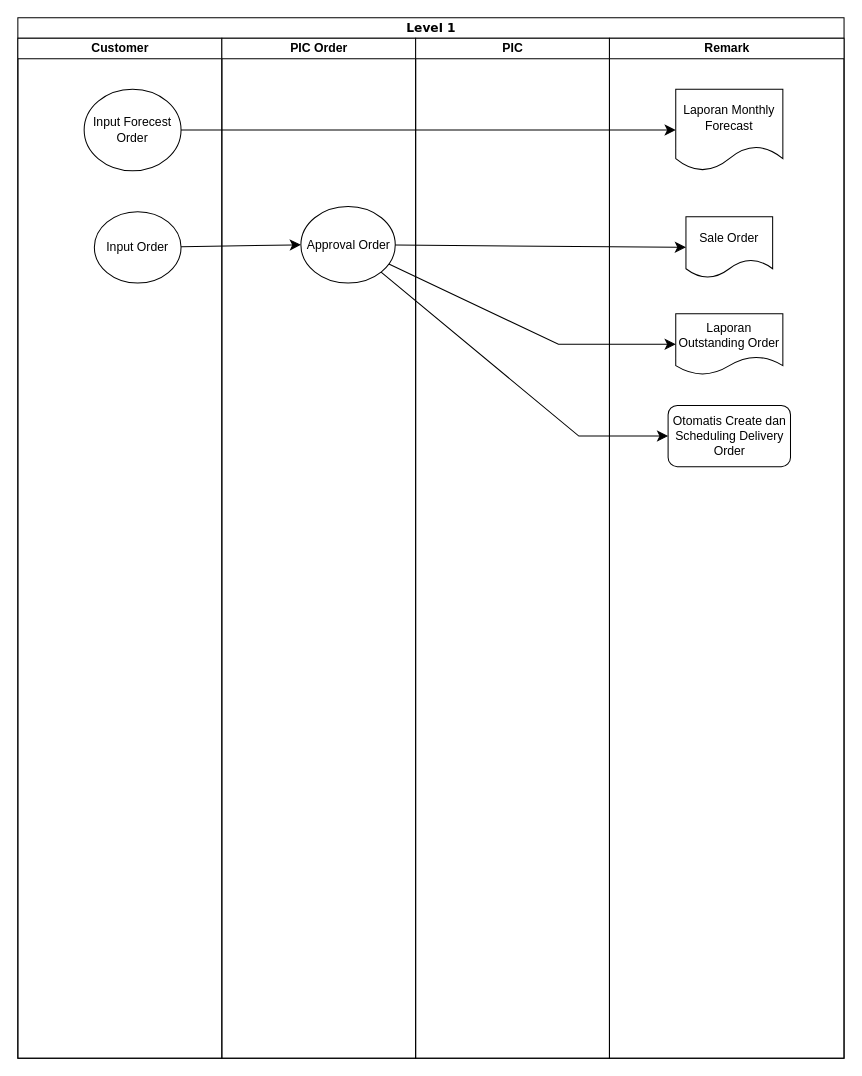
This is page "Lvl 1 Ordering" (2 of 5) of Untitled Diagram.drawio from hendrasaputra0501/pemi-ay-bpa, a draw.io file, before an edit. Source tidied: cells renumbered, new cells numbered last; positions are measured from the earlier drawing's top-left corner, leaving out a move shared by most shapes. Both pictures are drawn from the tidied source at 102%, with x=0, y=0 at pixel (17, 17).
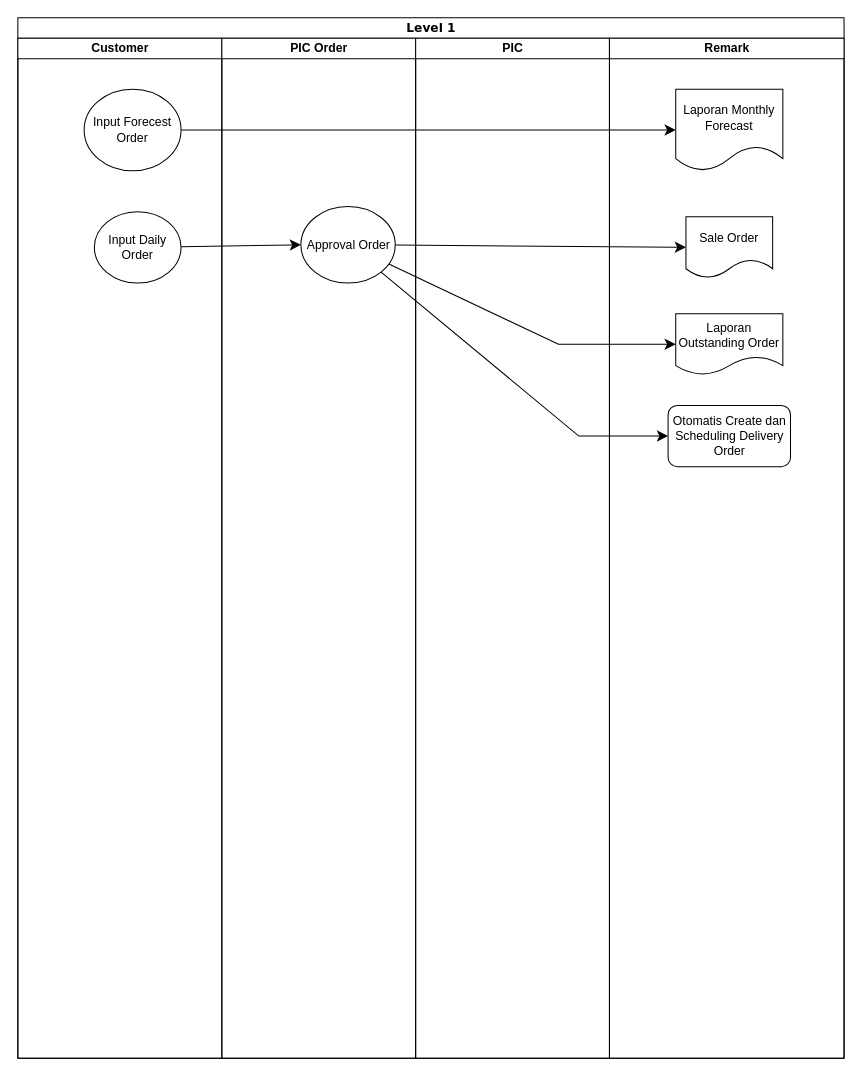
The same diagram, later.

Unchanged cells that the change refers to:
```xml
<mxCell id="3" value="Customer" style="swimlane;html=1;startSize=20;" parent="2" vertex="1">
  <mxGeometry y="20" width="200" height="1000" as="geometry" />
</mxCell>
```

The edit, as a diff of the source:
```diff
@@
-    <mxCell id="6" value="Input Order" style="ellipse;whiteSpace=wrap;html=1;" parent="3" vertex="1">
+    <mxCell id="6" value="Input Daily Order" style="ellipse;whiteSpace=wrap;html=1;" parent="3" vertex="1">
       <mxGeometry x="75" y="170" width="85" height="70" as="geometry" />
     </mxCell>
```
